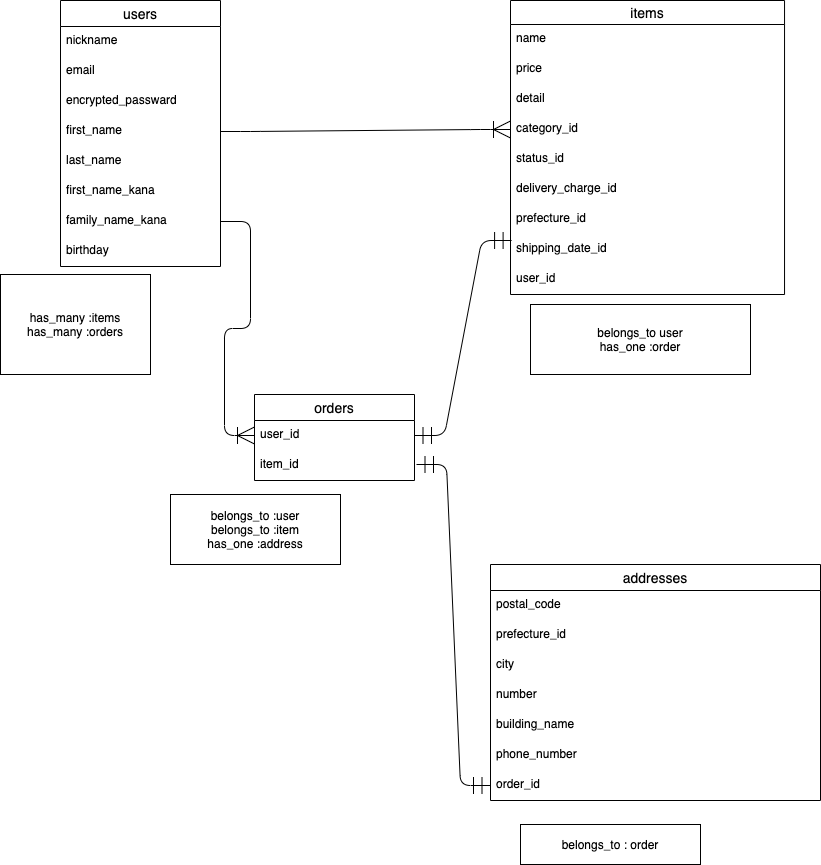
Before: entity.dio.png, a diagram exported from draw.io (neeee22/furima-35953). Source tidied: cells renumbered, new cells last; positions are measured from the earlier drawing's top-left corner, leaving out a move shared by most shapes.
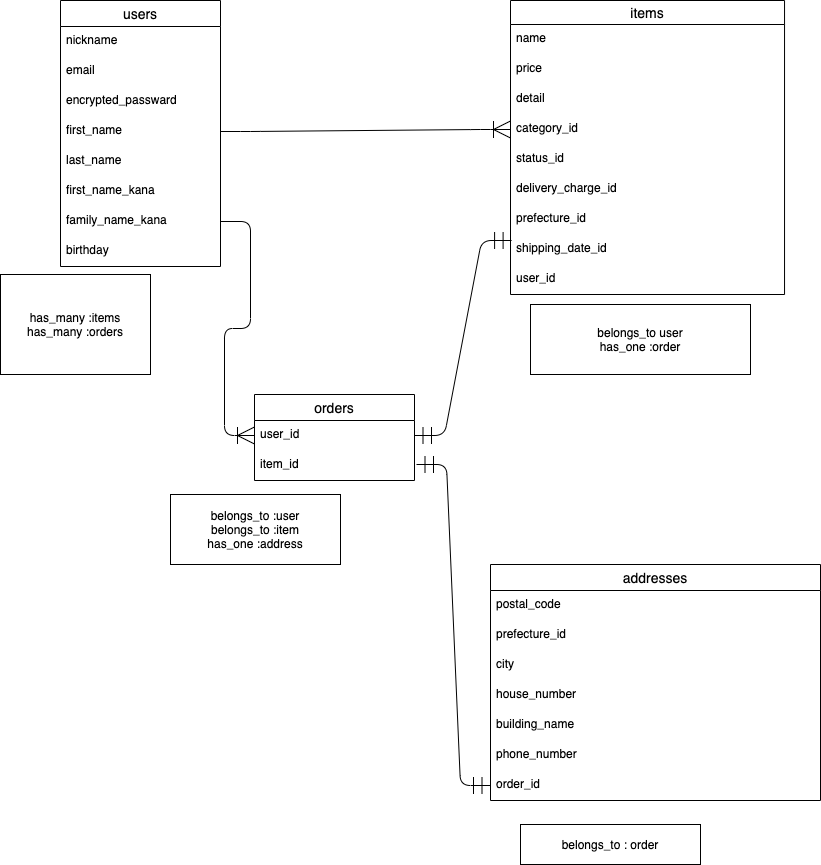
The same file after the commit.

Change to the diagram source:
```diff
@@ -71,7 +71,7 @@
     <mxCell id="24" value="city" style="text;strokeColor=none;fillColor=none;spacingLeft=4;spacingRight=4;overflow=hidden;fontSize=12;" parent="21" vertex="1">
       <mxGeometry y="86" width="330" height="30" as="geometry" />
     </mxCell>
-    <mxCell id="25" value="number" style="text;strokeColor=none;fillColor=none;spacingLeft=4;spacingRight=4;overflow=hidden;fontSize=12;" parent="21" vertex="1">
+    <mxCell id="25" value="house_number" style="text;strokeColor=none;fillColor=none;spacingLeft=4;spacingRight=4;overflow=hidden;fontSize=12;" parent="21" vertex="1">
       <mxGeometry y="116" width="330" height="30" as="geometry" />
     </mxCell>
     <mxCell id="26" value="building_name" style="text;strokeColor=none;fillColor=none;spacingLeft=4;spacingRight=4;overflow=hidden;fontSize=12;" parent="21" vertex="1">
```
